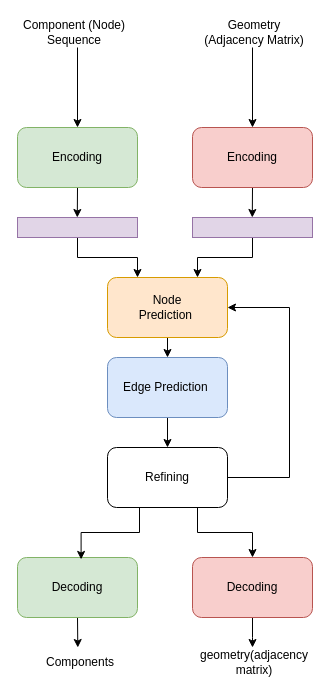
Above: Untitled Diagram.drawio in praveen2k2/praveen2k2 (draw.io), before the change. Source tidied: cells renumbered, new cells numbered last; positions are measured from the earlier drawing's top-left corner, leaving out a move shared by most shapes. Both pictures are drawn from the tidied source at 100%, with x=0, y=0 at pixel (17, 17).
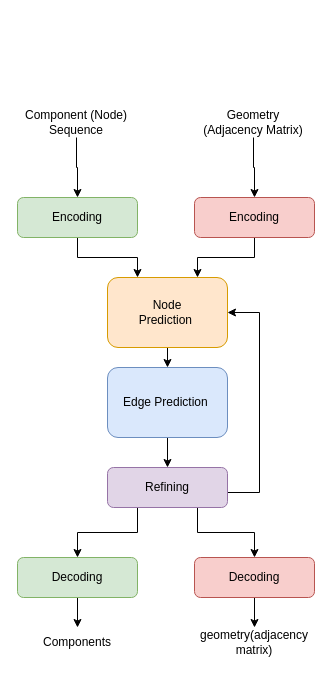
After the change.

Commit message:
shorten the image hight

What changed in the source:
```diff
@@
-    <mxCell id="2" style="edgeStyle=orthogonalEdgeStyle;rounded=0;jettySize=auto;html=1;exitX=0.5;exitY=1;exitDx=0;exitDy=0;" parent="1" edge="1" source="3">
-      <mxGeometry relative="1" as="geometry">
-        <mxPoint x="59.8" y="200" as="targetPoint" />
-      </mxGeometry>
-    </mxCell>
+    <mxCell id="28" style="edgeStyle=orthogonalEdgeStyle;rounded=0;jettySize=auto;html=1;entryX=0.25;entryY=0;entryDx=0;entryDy=0;" parent="1" edge="1" source="3" target="11">
+      <mxGeometry relative="1" as="geometry" />
+    </mxCell>
     <mxCell id="3" value="Encoding" style="rounded=1;whiteSpace=wrap;html=1;fillColor=#d5e8d4;strokeColor=#82b366;" parent="1" vertex="1">
-      <mxGeometry y="110" width="120" height="60" as="geometry" />
+      <mxGeometry y="180" width="120" height="40" as="geometry" />
     </mxCell>
-    <mxCell id="4" style="endArrow=classic;html=1;rounded=0;" parent="1" edge="1">
-      <mxGeometry relative="1" as="geometry">
-        <mxPoint x="60" y="30" as="sourcePoint" />
-        <mxPoint x="60" y="110" as="targetPoint" />
-      </mxGeometry>
-    </mxCell>
-    <mxCell id="5" style="edgeStyle=orthogonalEdgeStyle;rounded=0;jettySize=auto;html=1;exitX=0.5;exitY=1;exitDx=0;exitDy=0;" parent="1" edge="1" source="6">
-      <mxGeometry relative="1" as="geometry">
-        <mxPoint x="234.8" y="200" as="targetPoint" />
-      </mxGeometry>
-    </mxCell>
+    <mxCell id="29" style="edgeStyle=orthogonalEdgeStyle;rounded=0;jettySize=auto;html=1;entryX=0.75;entryY=0;entryDx=0;entryDy=0;" parent="1" edge="1" source="6" target="11">
+      <mxGeometry relative="1" as="geometry" />
+    </mxCell>
     <mxCell id="6" value="Encoding" style="rounded=1;whiteSpace=wrap;html=1;fillColor=#f8cecc;strokeColor=#b85450;" parent="1" vertex="1">
-      <mxGeometry x="175" y="110" width="120" height="60" as="geometry" />
+      <mxGeometry x="177" y="180" width="120" height="40" as="geometry" />
     </mxCell>
-    <mxCell id="7" style="endArrow=classic;html=1;rounded=0;" parent="1" edge="1">
-      <mxGeometry relative="1" as="geometry">
-        <mxPoint x="235" y="30" as="sourcePoint" />
-        <mxPoint x="235" y="110" as="targetPoint" />
-      </mxGeometry>
-    </mxCell>
+    <mxCell id="30" style="edgeStyle=orthogonalEdgeStyle;rounded=0;jettySize=auto;html=1;" parent="1" edge="1" source="8" target="3">
+      <mxGeometry relative="1" as="geometry" />
+    </mxCell>
     <mxCell id="8" value="Component (Node) Sequence" style="text;html=1;align=center;verticalAlign=middle;whiteSpace=wrap;rounded=0;" parent="1" vertex="1">
-      <mxGeometry x="2" width="110" height="30" as="geometry" />
+      <mxGeometry x="4" y="90" width="110" height="30" as="geometry" />
     </mxCell>
+    <mxCell id="31" style="edgeStyle=orthogonalEdgeStyle;rounded=0;jettySize=auto;html=1;" parent="1" edge="1" source="9" target="6">
+      <mxGeometry relative="1" as="geometry" />
+    </mxCell>
     <mxCell id="9" value="Geometry&lt;div&gt;(Adjacency Matrix)&lt;/div&gt;" style="text;html=1;align=center;verticalAlign=middle;whiteSpace=wrap;rounded=0;" parent="1" vertex="1">
-      <mxGeometry x="182" width="110" height="30" as="geometry" />
+      <mxGeometry x="181" y="90" width="110" height="30" as="geometry" />
     </mxCell>
@@
     <mxCell id="11" value="Node&lt;br&gt;&lt;div&gt;Prediction&amp;nbsp;&lt;/div&gt;" style="rounded=1;whiteSpace=wrap;html=1;fillColor=#ffe6cc;strokeColor=#d79b00;" parent="1" vertex="1">
-      <mxGeometry x="90" y="260" width="120" height="60" as="geometry" />
+      <mxGeometry x="90" y="260" width="120" height="70" as="geometry" />
     </mxCell>
-    <mxCell id="12" style="edgeStyle=orthogonalEdgeStyle;rounded=0;jettySize=auto;html=1;entryX=0.25;entryY=0;entryDx=0;entryDy=0;" parent="1" edge="1" source="13" target="11">
-      <mxGeometry relative="1" as="geometry" />
-    </mxCell>
-    <mxCell id="13" style="rounded=0;whiteSpace=wrap;html=1;fillColor=#e1d5e7;strokeColor=#9673a6;" parent="1" vertex="1">
-      <mxGeometry y="200" width="120" height="20" as="geometry" />
-    </mxCell>
-    <mxCell id="14" style="edgeStyle=orthogonalEdgeStyle;rounded=0;jettySize=auto;html=1;exitX=0.5;exitY=1;exitDx=0;exitDy=0;entryX=0.75;entryY=0;entryDx=0;entryDy=0;" parent="1" edge="1" source="15" target="11">
-      <mxGeometry relative="1" as="geometry" />
-    </mxCell>
-    <mxCell id="15" style="rounded=0;whiteSpace=wrap;html=1;fillColor=#e1d5e7;strokeColor=#9673a6;" parent="1" vertex="1">
-      <mxGeometry x="175" y="200" width="120" height="20" as="geometry" />
-    </mxCell>
-    <mxCell id="16" style="edgeStyle=orthogonalEdgeStyle;rounded=0;jettySize=auto;html=1;exitX=0.5;exitY=1;exitDx=0;exitDy=0;" parent="1" edge="1" source="17">
-      <mxGeometry relative="1" as="geometry">
-        <mxPoint x="150" y="430" as="targetPoint" />
-      </mxGeometry>
-    </mxCell>
+    <mxCell id="32" style="edgeStyle=orthogonalEdgeStyle;rounded=0;jettySize=auto;html=1;" parent="1" edge="1" source="17" target="20">
+      <mxGeometry relative="1" as="geometry" />
+    </mxCell>
     <mxCell id="17" value="Edge Prediction&amp;nbsp;" style="rounded=1;whiteSpace=wrap;html=1;fillColor=#dae8fc;strokeColor=#6c8ebf;" parent="1" vertex="1">
-      <mxGeometry x="90" y="340" width="120" height="60" as="geometry" />
+      <mxGeometry x="90" y="350" width="120" height="70" as="geometry" />
     </mxCell>
-    <mxCell id="18" style="edgeStyle=orthogonalEdgeStyle;rounded=0;jettySize=auto;html=1;entryX=1;entryY=0.5;entryDx=0;entryDy=0;" parent="1" edge="1" source="20" target="11">
-      <mxGeometry relative="1" as="geometry">
-        <Array as="points">
-          <mxPoint x="272" y="460" />
-          <mxPoint x="272" y="290" />
-        </Array>
-      </mxGeometry>
-    </mxCell>
+    <mxCell id="25" style="edgeStyle=orthogonalEdgeStyle;rounded=0;jettySize=auto;html=1;entryX=0.5;entryY=0;entryDx=0;entryDy=0;exitX=0.25;exitY=1;exitDx=0;exitDy=0;" parent="1" edge="1" source="20" target="22">
+      <mxGeometry relative="1" as="geometry" />
+    </mxCell>
@@
+    <mxCell id="33" style="edgeStyle=orthogonalEdgeStyle;rounded=0;jettySize=auto;html=1;entryX=1;entryY=0.5;entryDx=0;entryDy=0;" parent="1" edge="1" target="11">
+      <mxGeometry relative="1" as="geometry">
+        <mxPoint x="210" y="475" as="sourcePoint" />
+        <Array as="points">
+          <mxPoint x="242" y="475" />
+          <mxPoint x="242" y="295" />
+        </Array>
+      </mxGeometry>
+    </mxCell>
-    <mxCell id="20" value="Refining" style="rounded=1;whiteSpace=wrap;html=1;" parent="1" vertex="1">
-      <mxGeometry x="90" y="430" width="120" height="60" as="geometry" />
+    <mxCell id="20" value="Refining" style="rounded=1;whiteSpace=wrap;html=1;fillColor=#e1d5e7;strokeColor=#9673a6;" parent="1" vertex="1">
+      <mxGeometry x="90" y="450" width="120" height="40" as="geometry" />
     </mxCell>
-    <mxCell id="21" style="edgeStyle=orthogonalEdgeStyle;rounded=0;jettySize=auto;html=1;exitX=0.5;exitY=1;exitDx=0;exitDy=0;" parent="1" edge="1" source="22">
-      <mxGeometry relative="1" as="geometry">
-        <mxPoint x="60.3" y="630" as="targetPoint" />
-      </mxGeometry>
-    </mxCell>
+    <mxCell id="34" style="edgeStyle=orthogonalEdgeStyle;rounded=0;jettySize=auto;html=1;" parent="1" edge="1" source="22" target="26">
+      <mxGeometry relative="1" as="geometry" />
+    </mxCell>
     <mxCell id="22" value="Decoding" style="rounded=1;whiteSpace=wrap;html=1;fillColor=#d5e8d4;strokeColor=#82b366;" parent="1" vertex="1">
-      <mxGeometry y="540" width="120" height="60" as="geometry" />
+      <mxGeometry y="540" width="120" height="40" as="geometry" />
     </mxCell>
-    <mxCell id="23" style="edgeStyle=orthogonalEdgeStyle;rounded=0;jettySize=auto;html=1;" parent="1" edge="1" source="24">
-      <mxGeometry relative="1" as="geometry">
-        <mxPoint x="235" y="630" as="targetPoint" />
-      </mxGeometry>
-    </mxCell>
+    <mxCell id="35" style="edgeStyle=orthogonalEdgeStyle;rounded=0;jettySize=auto;html=1;" parent="1" edge="1" source="24" target="27">
+      <mxGeometry relative="1" as="geometry" />
+    </mxCell>
     <mxCell id="24" value="Decoding" style="rounded=1;whiteSpace=wrap;html=1;fillColor=#f8cecc;strokeColor=#b85450;" parent="1" vertex="1">
-      <mxGeometry x="175" y="540" width="120" height="60" as="geometry" />
+      <mxGeometry x="177" y="540" width="120" height="40" as="geometry" />
     </mxCell>
-    <mxCell id="25" style="edgeStyle=orthogonalEdgeStyle;rounded=0;jettySize=auto;html=1;entryX=0.53;entryY=0.032;entryDx=0;entryDy=0;entryPerimeter=0;" parent="1" edge="1" source="20" target="22">
-      <mxGeometry relative="1" as="geometry">
-        <Array as="points">
-          <mxPoint x="122" y="515" />
-          <mxPoint x="64" y="515" />
-        </Array>
-      </mxGeometry>
-    </mxCell>
     <mxCell id="26" value="Components" style="text;html=1;align=center;verticalAlign=middle;whiteSpace=wrap;rounded=0;" parent="1" vertex="1">
-      <mxGeometry x="32.5" y="630" width="60" height="30" as="geometry" />
+      <mxGeometry x="30" y="610" width="60" height="30" as="geometry" />
     </mxCell>
     <mxCell id="27" value="geometry(adjacency matrix)" style="text;html=1;align=center;verticalAlign=middle;whiteSpace=wrap;rounded=0;" parent="1" vertex="1">
-      <mxGeometry x="182" y="630" width="110" height="30" as="geometry" />
+      <mxGeometry x="182" y="610" width="110" height="30" as="geometry" />
     </mxCell>
```
